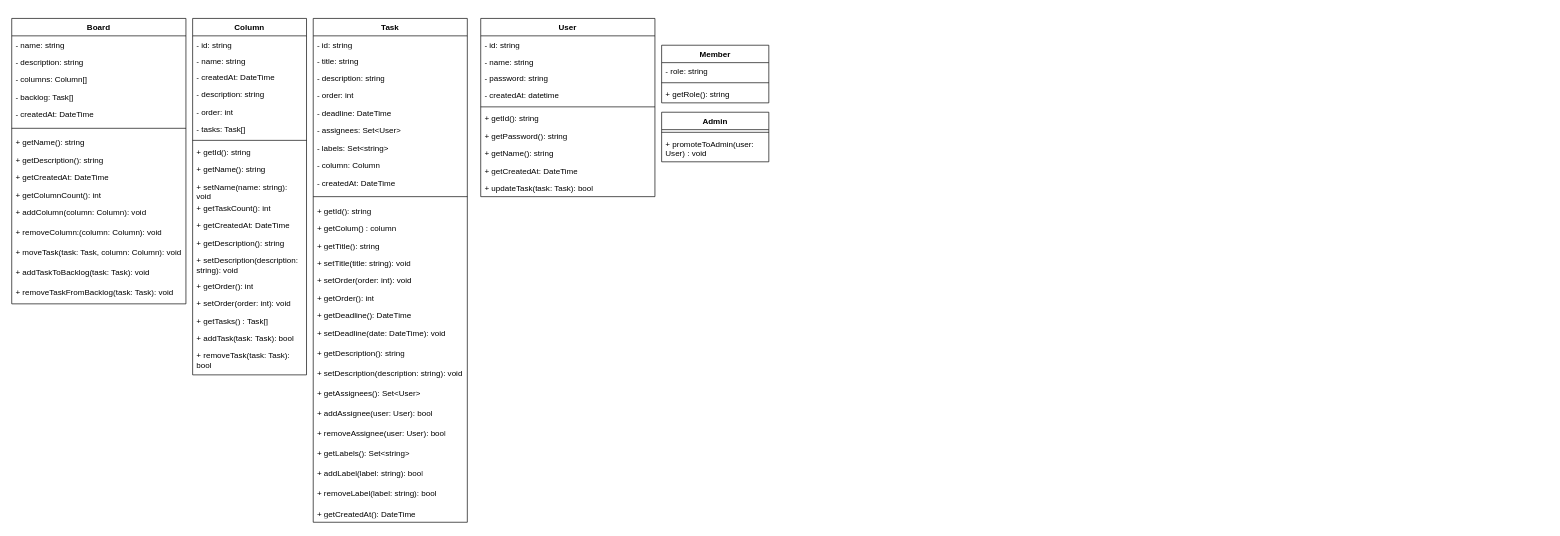
talis-fb/kancpp_atv_boas_praticas keeps this draw.io diagram as docs/Kancpp.drawio. Above is the earlier version. Source tidied: cells renumbered, new cells numbered last; positions are measured from the earlier drawing's top-left corner, leaving out a move shared by most shapes. Both pictures are drawn from the tidied source at 67%, with x=0, y=0 at pixel (11, 18).
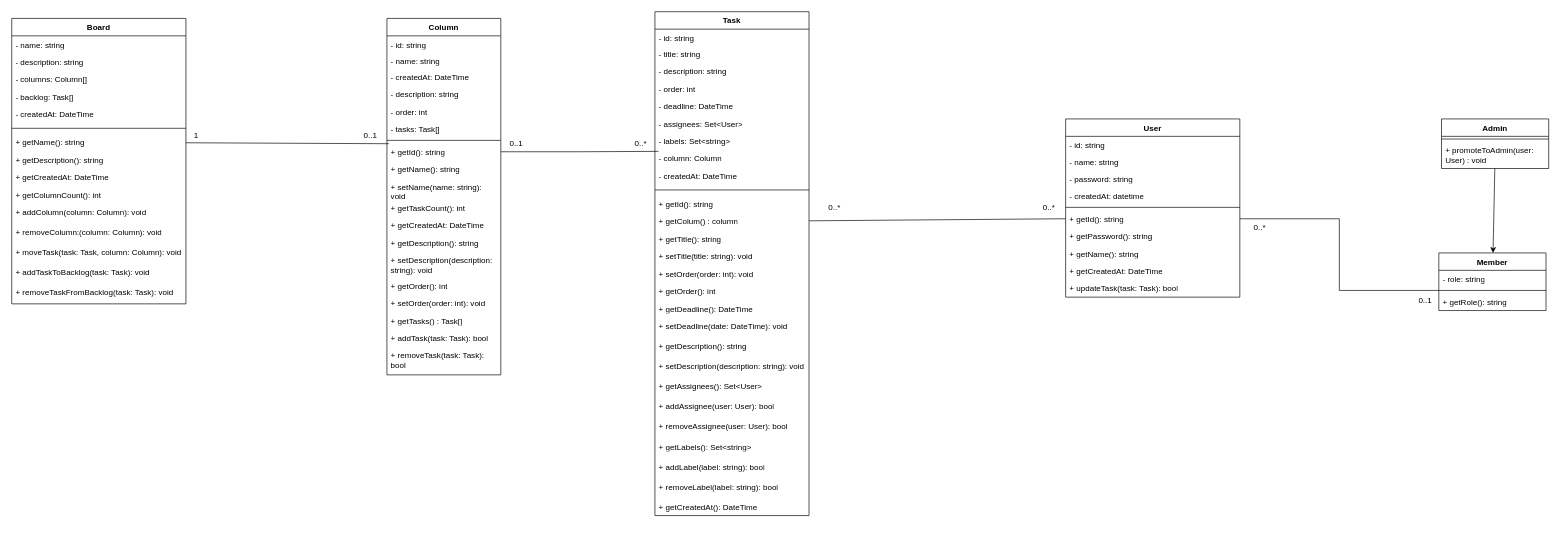
After the change.

Commit message:
feat: class diagram

Unchanged cells that the change refers to:
```xml
<mxCell id="10" value="+ getId(): string" style="text;strokeColor=none;fillColor=none;align=left;verticalAlign=top;spacingLeft=4;spacingRight=4;overflow=hidden;points=[[0,0.5],[1,0.5]];portConstraint=eastwest;whiteSpace=wrap;html=1;" parent="2" vertex="1">
  <mxGeometry y="186" width="170" height="26" as="geometry" />
</mxCell>
<mxCell id="30" value="- column: Column" style="text;strokeColor=none;fillColor=none;align=left;verticalAlign=top;spacingLeft=4;spacingRight=4;overflow=hidden;points=[[0,0.5],[1,0.5]];portConstraint=eastwest;whiteSpace=wrap;html=1;" parent="22" vertex="1">
  <mxGeometry y="206" width="230" height="26" as="geometry" />
</mxCell>
<mxCell id="34" value="+ getColum() : column" style="text;strokeColor=none;fillColor=none;align=left;verticalAlign=top;spacingLeft=4;spacingRight=4;overflow=hidden;points=[[0,0.5],[1,0.5]];portConstraint=eastwest;whiteSpace=wrap;html=1;" parent="22" vertex="1">
  <mxGeometry y="300" width="230" height="26" as="geometry" />
</mxCell>
<mxCell id="57" value="+ getName(): string" style="text;strokeColor=none;fillColor=none;align=left;verticalAlign=top;spacingLeft=4;spacingRight=4;overflow=hidden;points=[[0,0.5],[1,0.5]];portConstraint=eastwest;whiteSpace=wrap;html=1;" parent="50" vertex="1">
  <mxGeometry y="172" width="260" height="26" as="geometry" />
</mxCell>
<mxCell id="72" value="+ getId(): string" style="text;strokeColor=none;fillColor=none;align=left;verticalAlign=top;spacingLeft=4;spacingRight=4;overflow=hidden;points=[[0,0.5],[1,0.5]];portConstraint=eastwest;whiteSpace=wrap;html=1;" parent="66" vertex="1">
  <mxGeometry y="136" width="260" height="26" as="geometry" />
</mxCell>
<mxCell id="79" style="line;strokeWidth=1;fillColor=none;align=left;verticalAlign=middle;spacingTop=-1;spacingLeft=3;spacingRight=3;labelPosition=right;points=[];portConstraint=eastwest;strokeColor=inherit;" parent="77" vertex="1">
  <mxGeometry y="52" width="160" height="8" as="geometry" />
</mxCell>
<mxCell id="83" value="+ promoteToAdmin(user: User) : void" style="text;strokeColor=none;fillColor=none;align=left;verticalAlign=top;spacingLeft=4;spacingRight=4;overflow=hidden;points=[[0,0.5],[1,0.5]];portConstraint=eastwest;whiteSpace=wrap;html=1;" parent="81" vertex="1">
  <mxGeometry y="34" width="160" height="40" as="geometry" />
</mxCell>
```

Diff of the diagram source:
```diff
@@
     <mxCell id="2" value="Column" style="swimlane;fontStyle=1;align=center;verticalAlign=top;horizontal=1;startSize=26;whiteSpace=wrap;html=1;" parent="1" vertex="1">
-      <mxGeometry x="270" width="170" height="532" as="geometry" />
+      <mxGeometry x="560" width="170" height="532" as="geometry" />
     </mxCell>
@@
     <mxCell id="22" value="Task" style="swimlane;fontStyle=1;align=center;verticalAlign=top;horizontal=1;startSize=26;whiteSpace=wrap;html=1;" parent="1" vertex="1">
-      <mxGeometry x="450" width="230" height="752" as="geometry" />
+      <mxGeometry x="960" y="-10" width="230" height="752" as="geometry" />
     </mxCell>
@@
     <mxCell id="66" value="User" style="swimlane;fontStyle=1;align=center;verticalAlign=top;horizontal=1;startSize=26;whiteSpace=wrap;html=1;" parent="1" vertex="1">
-      <mxGeometry x="700" width="260" height="266" as="geometry" />
+      <mxGeometry x="1573" y="150" width="260" height="266" as="geometry" />
     </mxCell>
@@
     <mxCell id="77" value="Member" style="swimlane;fontStyle=1;align=center;verticalAlign=top;horizontal=1;startSize=26;whiteSpace=wrap;html=1;" parent="1" vertex="1">
-      <mxGeometry x="970" y="40" width="160" height="86" as="geometry" />
+      <mxGeometry x="2130" y="350" width="160" height="86" as="geometry" />
     </mxCell>
@@
     <mxCell id="81" value="Admin" style="swimlane;fontStyle=1;align=center;verticalAlign=top;horizontal=1;startSize=26;whiteSpace=wrap;html=1;" parent="1" vertex="1">
-      <mxGeometry x="970" y="140" width="160" height="74" as="geometry" />
+      <mxGeometry x="2134" y="150" width="160" height="74" as="geometry" />
     </mxCell>
@@
+    <mxCell id="84" style="rounded=0;jettySize=auto;html=1;entryX=0.018;entryY=0.038;entryDx=0;entryDy=0;entryPerimeter=0;endArrow=none;endFill=0;" parent="1" edge="1" source="57" target="10">
+      <mxGeometry relative="1" as="geometry" />
+    </mxCell>
+    <mxCell id="85" style="rounded=0;jettySize=auto;html=1;" parent="1" edge="1" source="83" target="77">
+      <mxGeometry relative="1" as="geometry" />
+    </mxCell>
+    <mxCell id="86" style="edgeStyle=orthogonalEdgeStyle;rounded=0;jettySize=auto;html=1;entryX=0.023;entryY=0.093;entryDx=0;entryDy=0;entryPerimeter=0;endArrow=none;endFill=0;" parent="1" edge="1" source="10" target="30">
+      <mxGeometry relative="1" as="geometry" />
+    </mxCell>
+    <mxCell id="87" style="rounded=0;jettySize=auto;html=1;entryX=0;entryY=0.5;entryDx=0;entryDy=0;endArrow=none;endFill=0;" parent="1" edge="1" source="34" target="72">
+      <mxGeometry relative="1" as="geometry" />
+    </mxCell>
+    <mxCell id="88" style="edgeStyle=orthogonalEdgeStyle;rounded=0;jettySize=auto;html=1;exitX=1;exitY=0.5;exitDx=0;exitDy=0;endArrow=none;endFill=0;" parent="1" edge="1" source="72" target="79">
+      <mxGeometry relative="1" as="geometry" />
+    </mxCell>
+    <mxCell id="89" value="0..1&amp;nbsp; &amp;nbsp;&amp;nbsp;" style="text;html=1;strokeColor=none;fillColor=none;align=center;verticalAlign=middle;whiteSpace=wrap;rounded=0;" parent="1" vertex="1">
+      <mxGeometry x="730" y="172" width="60" height="30" as="geometry" />
+    </mxCell>
+    <mxCell id="90" value="1" style="text;html=1;align=center;verticalAlign=middle;strokeColor=none;fillColor=none;" parent="1" vertex="1">
+      <mxGeometry x="260" y="160" width="30" height="30" as="geometry" />
+    </mxCell>
+    <mxCell id="91" value="0..1" style="text;html=1;align=center;verticalAlign=middle;strokeColor=none;fillColor=none;" parent="1" vertex="1">
+      <mxGeometry x="515" y="160" width="40" height="30" as="geometry" />
+    </mxCell>
+    <mxCell id="92" value="0..*" style="text;html=1;strokeColor=none;fillColor=none;align=center;verticalAlign=middle;whiteSpace=wrap;rounded=0;" parent="1" vertex="1">
+      <mxGeometry x="919" y="172" width="40" height="30" as="geometry" />
+    </mxCell>
+    <mxCell id="93" value="0..*&amp;nbsp;" style="text;html=1;strokeColor=none;fillColor=none;align=center;verticalAlign=middle;whiteSpace=wrap;rounded=0;" parent="1" vertex="1">
+      <mxGeometry x="1200" y="268" width="60" height="30" as="geometry" />
+    </mxCell>
+    <mxCell id="94" value="0..*&amp;nbsp;" style="text;html=1;strokeColor=none;fillColor=none;align=center;verticalAlign=middle;whiteSpace=wrap;rounded=0;" parent="1" vertex="1">
+      <mxGeometry x="1520" y="268" width="60" height="30" as="geometry" />
+    </mxCell>
+    <mxCell id="95" value="0..*" style="text;html=1;strokeColor=none;fillColor=none;align=center;verticalAlign=middle;whiteSpace=wrap;rounded=0;" parent="1" vertex="1">
+      <mxGeometry x="1833" y="298" width="60" height="30" as="geometry" />
+    </mxCell>
+    <mxCell id="96" value="0..1" style="text;html=1;strokeColor=none;fillColor=none;align=center;verticalAlign=middle;whiteSpace=wrap;rounded=0;" parent="1" vertex="1">
+      <mxGeometry x="2080" y="406" width="60" height="30" as="geometry" />
+    </mxCell>
```
